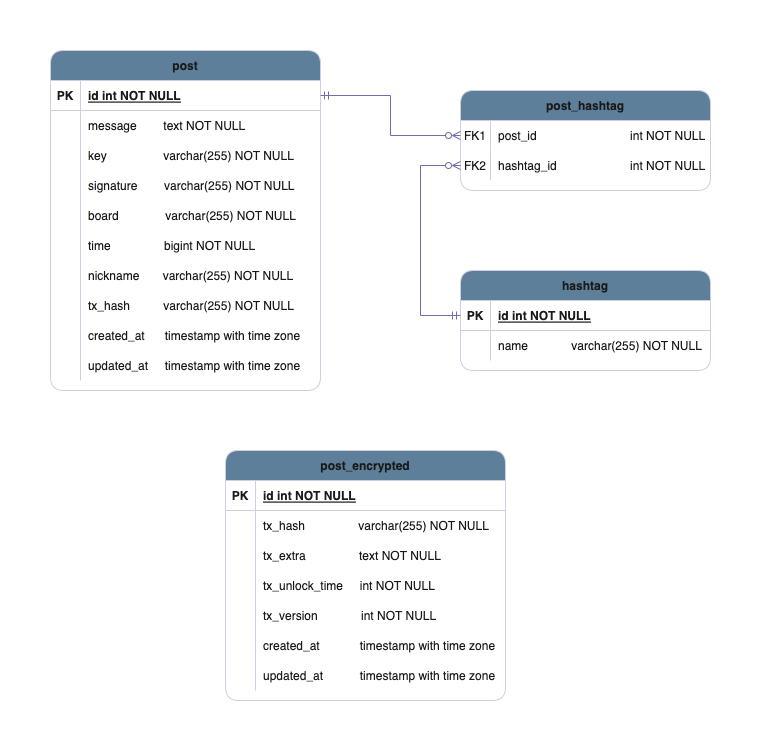
Before: diagrams/database-diagram.drawio.png, a diagram exported from draw.io (kryptokrona/hugin-api). Source tidied: cells renumbered, new cells last; positions are measured from the earlier drawing's top-left corner, leaving out a move shared by most shapes.
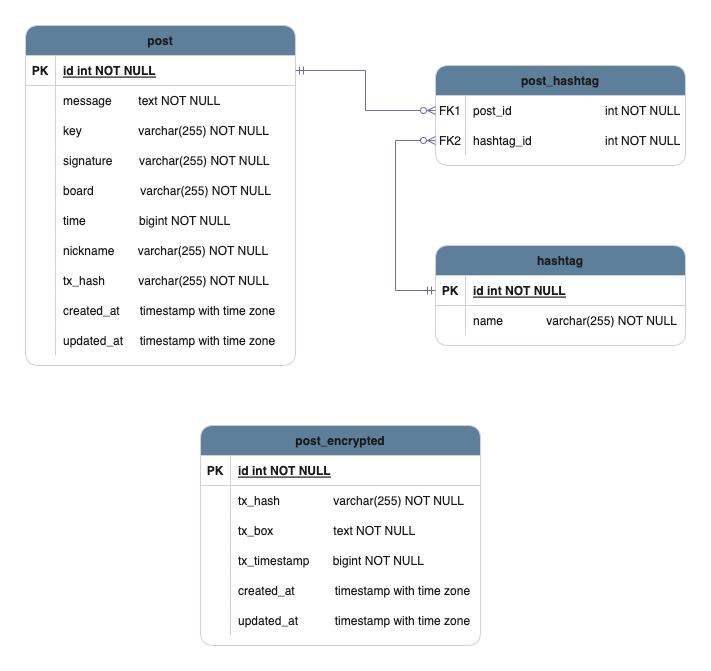
After the commit.

The edit, as a diff of the source:
```diff
@@ -155,7 +155,7 @@
       </mxGeometry>
     </mxCell>
     <mxCell id="51" value="post_encrypted" style="shape=table;startSize=30;rowLines=0;fontStyle=1;align=center;rounded=1;strokeWidth=1;fillColor=#5D7F99;strokeColor=#D0CEE2;fontColor=#1A1A1A;labelBackgroundColor=none;labelBorderColor=none;swimlaneFillColor=default;" parent="1" vertex="1">
-      <mxGeometry x="175" y="400" width="280" height="250" as="geometry" />
+      <mxGeometry x="175" y="400" width="280" height="220" as="geometry" />
     </mxCell>
     <mxCell id="52" style="shape=partialRectangle;fillColor=none;top=0;left=0;right=0;bottom=1;strokeColor=#D0CEE2;fontColor=#1A1A1A;" parent="51" vertex="1">
       <mxGeometry y="30" width="280" height="30" as="geometry" />
@@ -181,7 +181,7 @@
     <mxCell id="59" style="shape=partialRectangle;fillColor=none;top=0;left=0;bottom=0;right=0;overflow=hidden;strokeColor=#D0CEE2;fontColor=#1A1A1A;" parent="58" vertex="1">
       <mxGeometry width="30" height="30" as="geometry" />
     </mxCell>
-    <mxCell id="60" value="tx_extra                text NOT NULL" style="shape=partialRectangle;fillColor=none;top=0;left=0;bottom=0;right=0;align=left;spacingLeft=6;overflow=hidden;strokeColor=#D0CEE2;fontColor=#1A1A1A;" parent="58" vertex="1">
+    <mxCell id="60" value="tx_box                  text NOT NULL" style="shape=partialRectangle;fillColor=none;top=0;left=0;bottom=0;right=0;align=left;spacingLeft=6;overflow=hidden;strokeColor=#D0CEE2;fontColor=#1A1A1A;" parent="58" vertex="1">
       <mxGeometry x="30" width="250" height="30" as="geometry" />
     </mxCell>
     <mxCell id="61" style="shape=tableRow;horizontal=0;startSize=0;swimlaneHead=0;swimlaneBody=0;fillColor=none;top=0;left=0;right=0;bottom=0;strokeColor=#D0CEE2;fontColor=#1A1A1A;" parent="51" vertex="1">
@@ -190,20 +190,11 @@
     <mxCell id="62" style="shape=partialRectangle;fillColor=none;top=0;left=0;bottom=0;right=0;overflow=hidden;strokeColor=#D0CEE2;fontColor=#1A1A1A;" parent="61" vertex="1">
       <mxGeometry width="30" height="30" as="geometry" />
     </mxCell>
-    <mxCell id="63" value="tx_unlock_time     int NOT NULL" style="shape=partialRectangle;fillColor=none;top=0;left=0;bottom=0;right=0;align=left;spacingLeft=6;overflow=hidden;strokeColor=#D0CEE2;fontColor=#1A1A1A;" parent="61" vertex="1">
+    <mxCell id="63" value="tx_timestamp       bigint NOT NULL" style="shape=partialRectangle;fillColor=none;top=0;left=0;bottom=0;right=0;align=left;spacingLeft=6;overflow=hidden;strokeColor=#D0CEE2;fontColor=#1A1A1A;" parent="61" vertex="1">
       <mxGeometry x="30" width="250" height="30" as="geometry" />
     </mxCell>
-    <mxCell id="64" style="shape=tableRow;horizontal=0;startSize=0;swimlaneHead=0;swimlaneBody=0;fillColor=none;top=0;left=0;right=0;bottom=0;strokeColor=#D0CEE2;fontColor=#1A1A1A;" parent="51" vertex="1">
-      <mxGeometry y="150" width="280" height="30" as="geometry" />
-    </mxCell>
-    <mxCell id="65" style="shape=partialRectangle;fillColor=none;top=0;left=0;bottom=0;right=0;overflow=hidden;strokeColor=#D0CEE2;fontColor=#1A1A1A;" parent="64" vertex="1">
-      <mxGeometry width="30" height="30" as="geometry" />
-    </mxCell>
-    <mxCell id="66" value="tx_version             int NOT NULL" style="shape=partialRectangle;fillColor=none;top=0;left=0;bottom=0;right=0;align=left;spacingLeft=6;overflow=hidden;strokeColor=#D0CEE2;fontColor=#1A1A1A;" parent="64" vertex="1">
-      <mxGeometry x="30" width="250" height="30" as="geometry" />
-    </mxCell>
     <mxCell id="67" style="shape=tableRow;horizontal=0;startSize=0;swimlaneHead=0;swimlaneBody=0;fillColor=none;top=0;left=0;right=0;bottom=0;strokeColor=#D0CEE2;fontColor=#1A1A1A;" parent="51" vertex="1">
-      <mxGeometry y="180" width="280" height="30" as="geometry" />
+      <mxGeometry y="150" width="280" height="30" as="geometry" />
     </mxCell>
     <mxCell id="68" style="shape=partialRectangle;fillColor=none;top=0;left=0;bottom=0;right=0;overflow=hidden;strokeColor=#D0CEE2;fontColor=#1A1A1A;" parent="67" vertex="1">
       <mxGeometry width="30" height="30" as="geometry" />
@@ -212,7 +203,7 @@
       <mxGeometry x="30" width="250" height="30" as="geometry" />
     </mxCell>
     <mxCell id="70" style="shape=tableRow;horizontal=0;startSize=0;swimlaneHead=0;swimlaneBody=0;fillColor=none;top=0;left=0;right=0;bottom=0;strokeColor=#D0CEE2;fontColor=#1A1A1A;" parent="51" vertex="1">
-      <mxGeometry y="210" width="280" height="30" as="geometry" />
+      <mxGeometry y="180" width="280" height="30" as="geometry" />
     </mxCell>
     <mxCell id="71" style="shape=partialRectangle;fillColor=none;top=0;left=0;bottom=0;right=0;overflow=hidden;strokeColor=#D0CEE2;fontColor=#1A1A1A;" parent="70" vertex="1">
       <mxGeometry width="30" height="30" as="geometry" />
```
